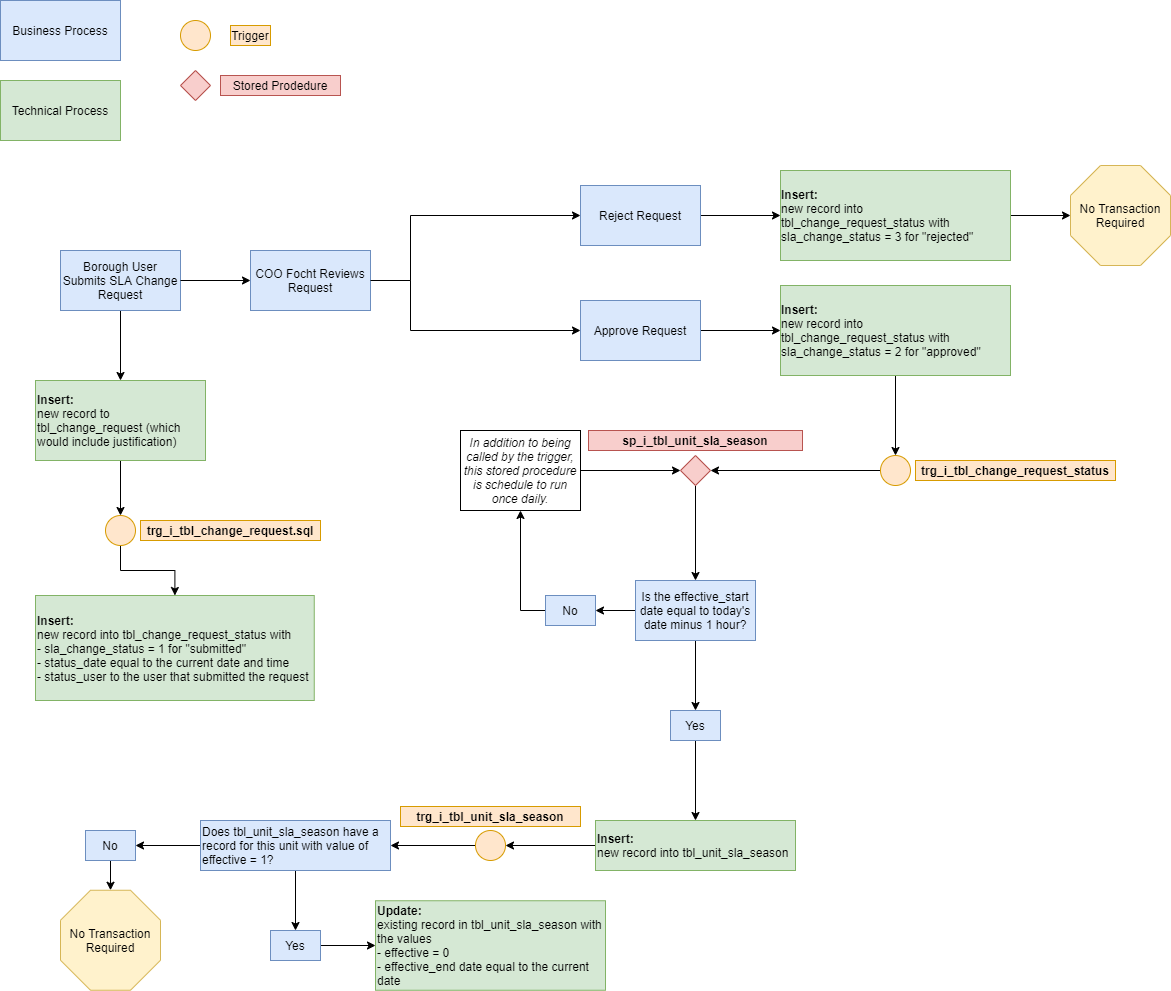
This is images/trg_i_tbl_change_request.sql; trg_i_tbl_unit_sla_season.sql; sp_i_tbl_unit_sla_season_delay.sql.png from NYC-Parks/SLADB, a draw.io export, as it was before one commit. Source tidied: cells renumbered, new cells last; positions are measured from the earlier drawing's top-left corner, leaving out a move shared by most shapes.
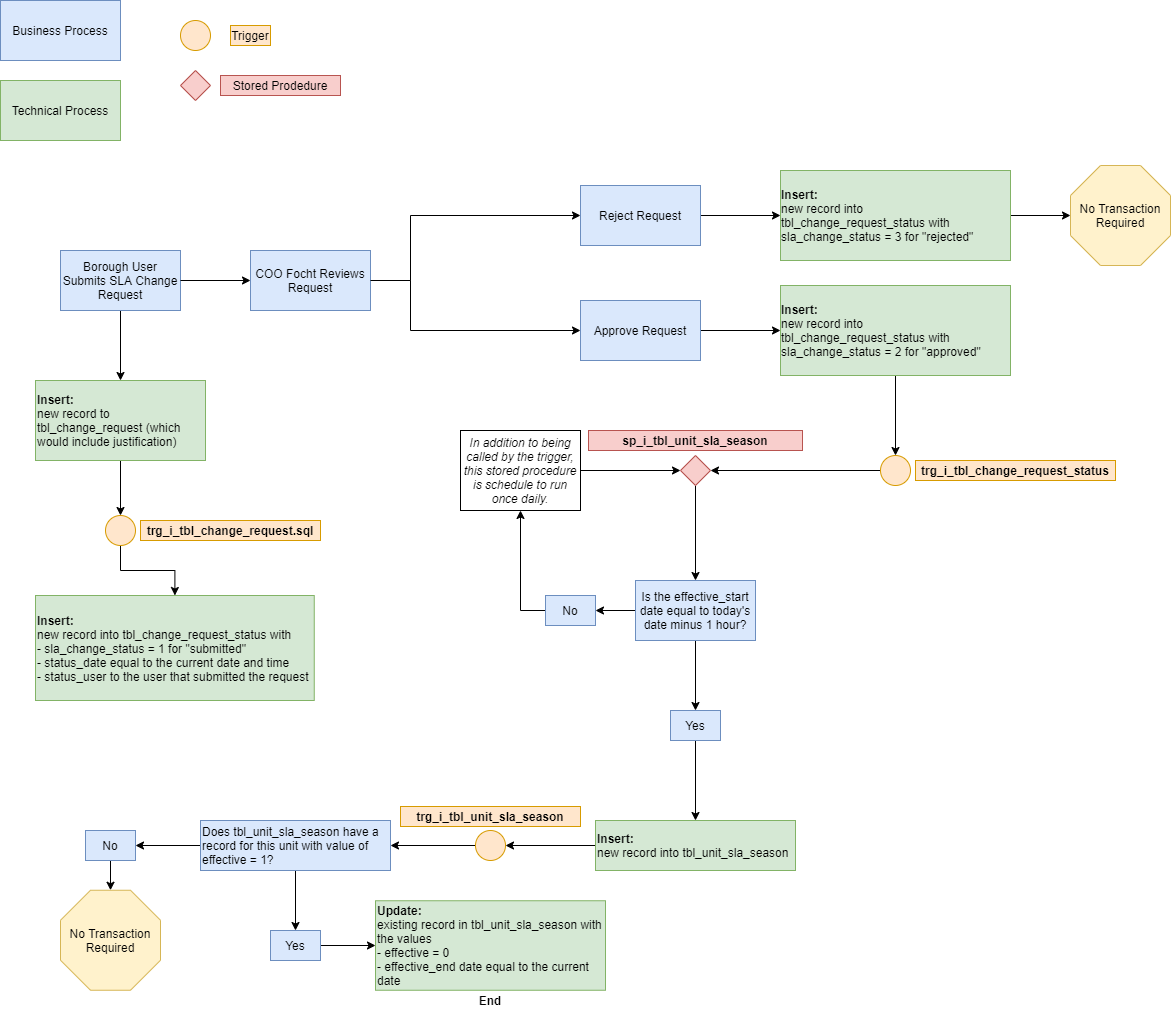
Later version of the same file.

Change to the diagram source:
```diff
@@ -183,5 +183,8 @@
     <mxCell id="58" value="&lt;span style=&quot;font-weight: 400 ; text-align: center&quot;&gt;Does tbl_unit_sla_season have a record for this unit with value of effective = 1?&lt;/span&gt;" style="rounded=0;whiteSpace=wrap;html=1;fillColor=#dae8fc;strokeColor=#6c8ebf;fontStyle=1;align=left;" parent="1" vertex="1">
       <mxGeometry x="200" y="820" width="190" height="50" as="geometry" />
     </mxCell>
+    <mxCell id="59" value="&lt;b&gt;End&lt;/b&gt;" style="text;html=1;strokeColor=none;fillColor=none;align=center;verticalAlign=middle;whiteSpace=wrap;rounded=0;" parent="1" vertex="1">
+      <mxGeometry x="470" y="990" width="40" height="20" as="geometry" />
+    </mxCell>
   </root>
 </mxGraphModel>
```
